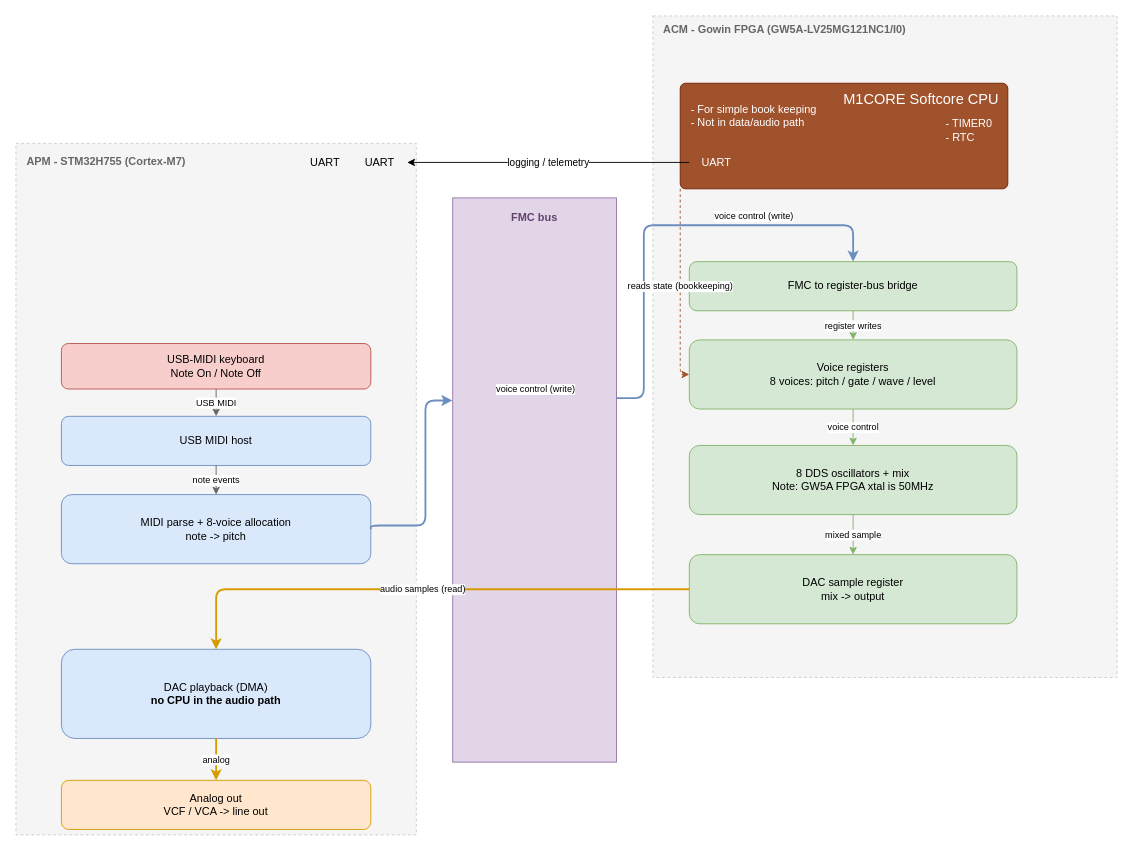
Before: page "Note Flow (verified)" (1 of 2) of docs/note-flow.drawio in akielaries/signalmesh, a draw.io diagram. Source tidied: cells renumbered, new cells numbered last; positions are measured from the earlier drawing's top-left corner, leaving out a move shared by most shapes. Both pictures are drawn from the tidied source at 91%, with x=0, y=0 at pixel (15, 15).
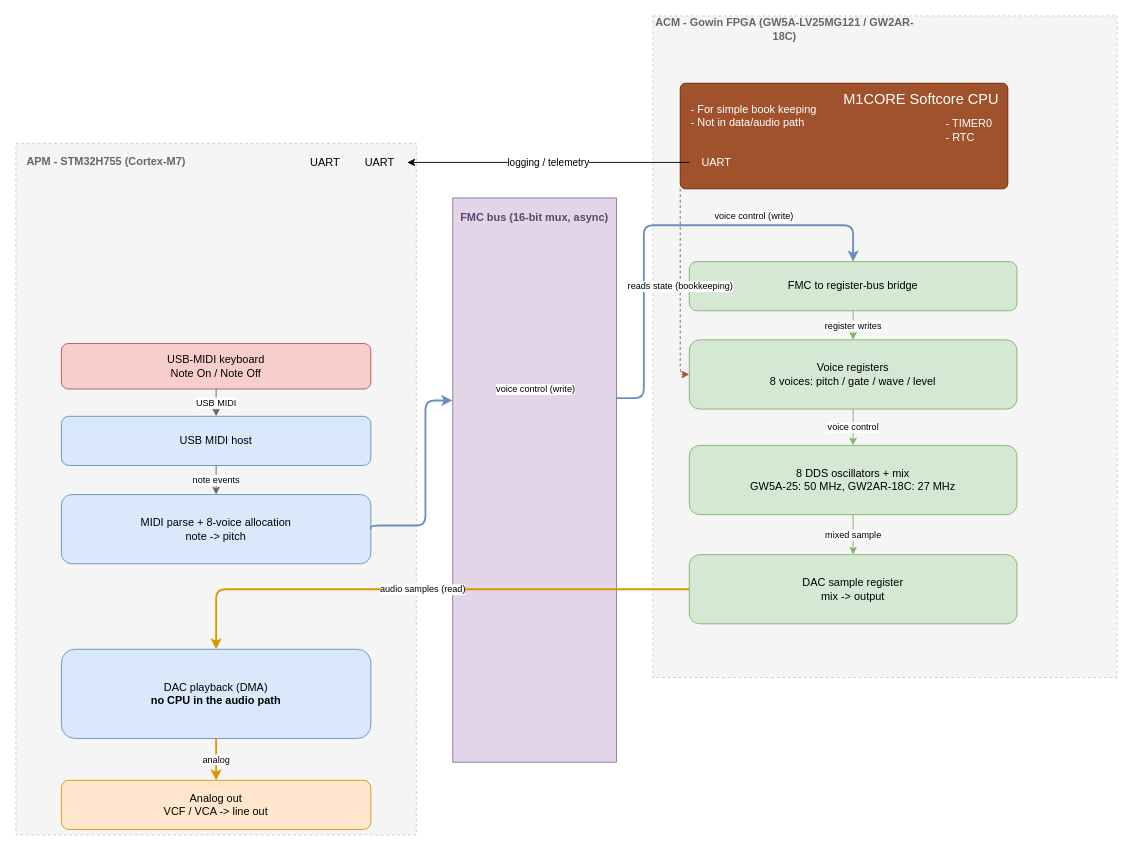
The same page after the edit.

Change to the diagram source:
```diff
@@
-    <mxCell id="3" value="FMC bus" style="rounded=0;whiteSpace=wrap;html=1;fillColor=#e1d5e7;strokeColor=#9673a6;verticalAlign=top;fontStyle=1;fontColor=#60446e;spacingTop=8;" parent="1" vertex="1">
+    <mxCell id="3" value="FMC bus (16-bit mux, async)" style="rounded=0;whiteSpace=wrap;html=1;fillColor=#e1d5e7;strokeColor=#9673a6;verticalAlign=top;fontStyle=1;fontColor=#60446e;spacingTop=8;" parent="1" vertex="1">
       <mxGeometry x="480" y="200" width="180" height="620" as="geometry" />
     </mxCell>
@@
-    <mxCell id="12" value="8 DDS oscillators + mix&lt;div&gt;Note: GW5A FPGA xtal is 50MHz&lt;/div&gt;" style="rounded=1;whiteSpace=wrap;html=1;fillColor=#d5e8d4;strokeColor=#82b366;" parent="1" vertex="1">
+    <mxCell id="12" value="8 DDS oscillators + mix&lt;div&gt;GW5A-25: 50 MHz, GW2AR-18C: 27 MHz&lt;/div&gt;" style="rounded=1;whiteSpace=wrap;html=1;fillColor=#d5e8d4;strokeColor=#82b366;" parent="1" vertex="1">
       <mxGeometry x="740" y="472" width="360" height="76" as="geometry" />
     </mxCell>
@@
-    <mxCell id="29" value="&lt;span style=&quot;color: rgb(102, 102, 102); font-weight: 700; text-align: right;&quot;&gt;ACM - Gowin FPGA (GW5A-LV25MG121NC1/I0)&lt;/span&gt;" style="text;html=1;whiteSpace=wrap;strokeColor=none;fillColor=none;align=center;verticalAlign=middle;rounded=0;" parent="1" vertex="1">
+    <mxCell id="29" value="&lt;span style=&quot;color: rgb(102, 102, 102); font-weight: 700; text-align: right;&quot;&gt;ACM - Gowin FPGA (GW5A-LV25MG121 / GW2AR-18C)&lt;/span&gt;" style="text;html=1;whiteSpace=wrap;strokeColor=none;fillColor=none;align=center;verticalAlign=middle;rounded=0;" parent="1" vertex="1">
       <mxGeometry x="700" width="290" height="30" as="geometry" />
     </mxCell>
```
